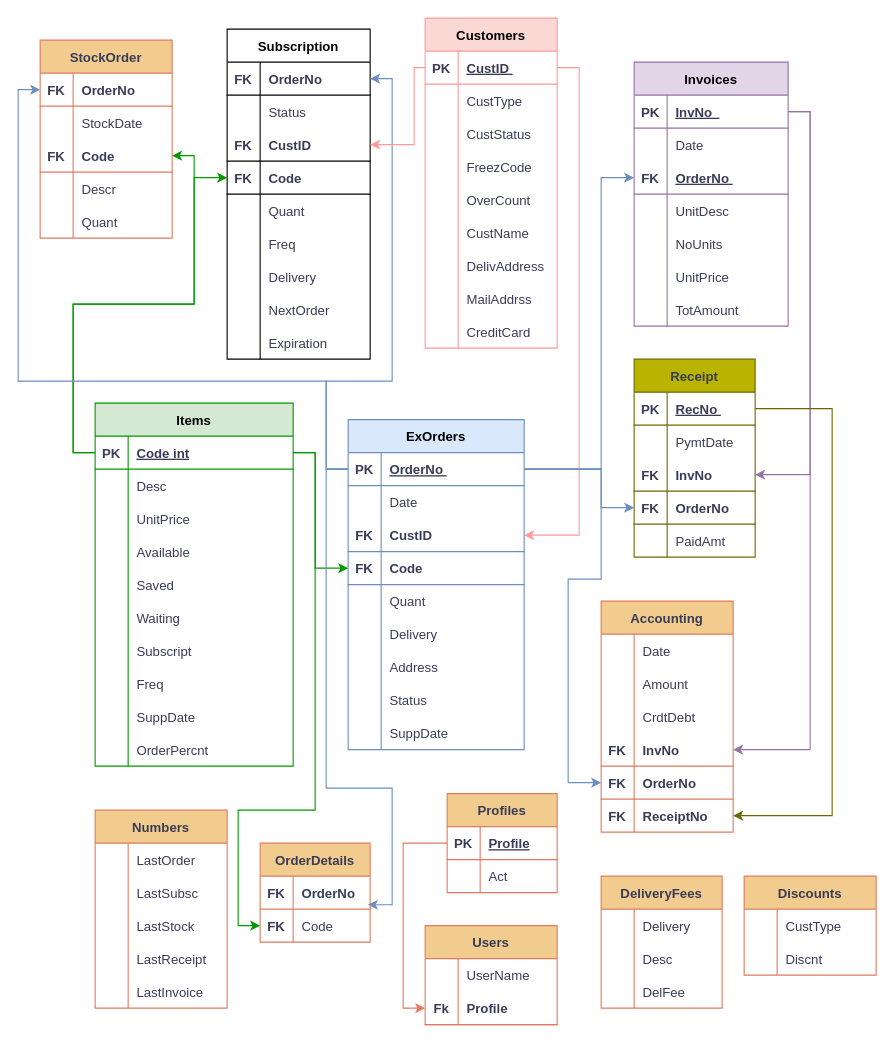
Earlier version of the draw.io diagram WarehouseSSMS.drawio (HavivBitton/HavivBitton). Source tidied: cells renumbered, new cells numbered last; positions are measured from the earlier drawing's top-left corner, leaving out a move shared by most shapes. Both pictures are drawn from the tidied source at 110%, with x=0, y=0 at pixel (18, 18).
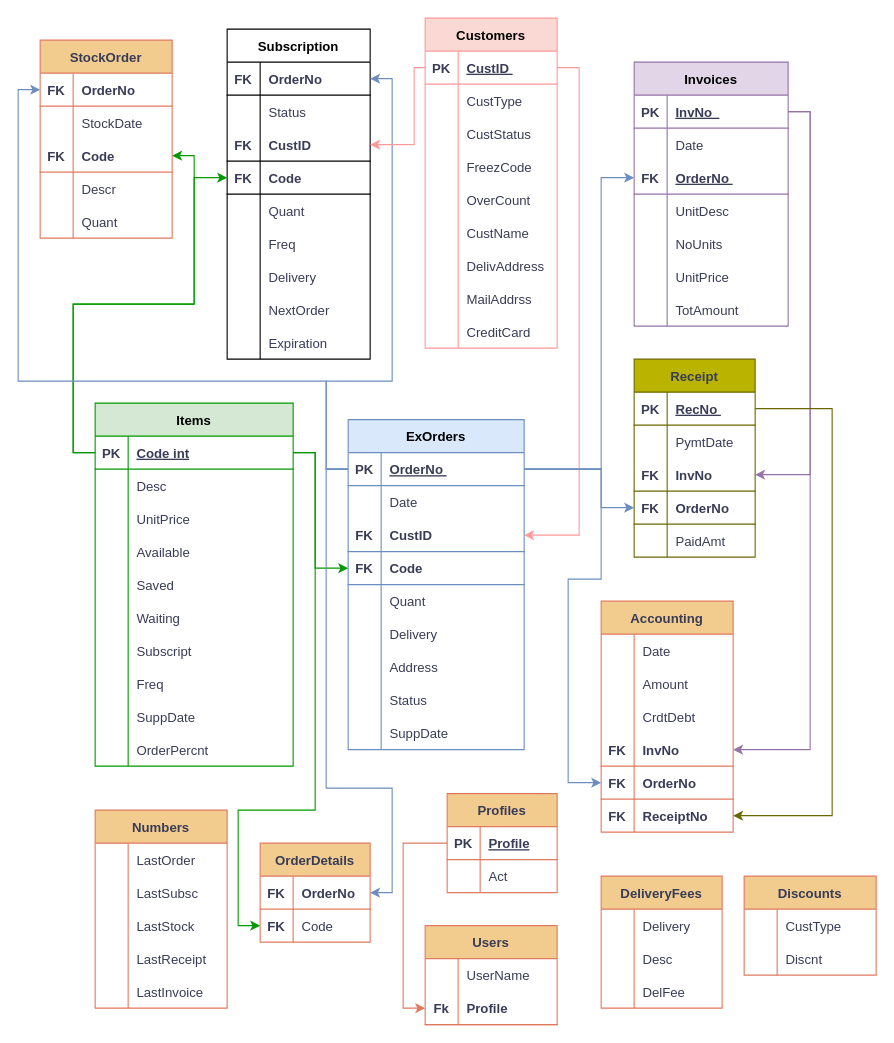
The same page after the edit.

Unchanged cells that the change refers to:
```xml
<mxCell id="210" style="shape=tableRow;horizontal=0;startSize=0;swimlaneHead=0;swimlaneBody=0;fillColor=none;points=[[0,0.5],[1,0.5]];portConstraint=eastwest;strokeColor=#6C8EBF;top=0;left=0;right=0;bottom=1;labelBackgroundColor=none;fontColor=#393C56;" parent="209" vertex="1">
  <mxGeometry y="30" width="160" height="30" as="geometry" />
</mxCell>
<mxCell id="252" style="shape=tableRow;horizontal=0;startSize=0;swimlaneHead=0;swimlaneBody=0;fillColor=none;points=[[0,0.5],[1,0.5]];portConstraint=eastwest;strokeColor=#E07A5F;top=0;left=0;right=0;bottom=1;labelBackgroundColor=none;fontColor=#393C56;" parent="251" vertex="1">
  <mxGeometry y="30" width="100" height="30" as="geometry" />
</mxCell>
```

Diff of the diagram source:
```diff
@@
-    <mxCell id="258" style="edgeStyle=orthogonalEdgeStyle;rounded=0;jettySize=auto;html=1;exitX=0;exitY=0.5;exitDx=0;exitDy=0;entryX=0.98;entryY=0.867;entryDx=0;entryDy=0;entryPerimeter=0;strokeColor=#6C8EBF;" parent="1" edge="1" source="210" target="252">
+    <mxCell id="258" style="edgeStyle=orthogonalEdgeStyle;rounded=0;jettySize=auto;html=1;exitX=0;exitY=0.5;exitDx=0;exitDy=0;strokeColor=#6C8EBF;entryX=1;entryY=0.5;entryDx=0;entryDy=0;" parent="1" edge="1" source="210" target="252">
       <mxGeometry relative="1" as="geometry">
         <Array as="points">
           <mxPoint x="280" y="410" />
           <mxPoint x="280" y="700" />
           <mxPoint x="340" y="700" />
-          <mxPoint x="340" y="806" />
+          <mxPoint x="340" y="795" />
         </Array>
       </mxGeometry>
     </mxCell>
```
